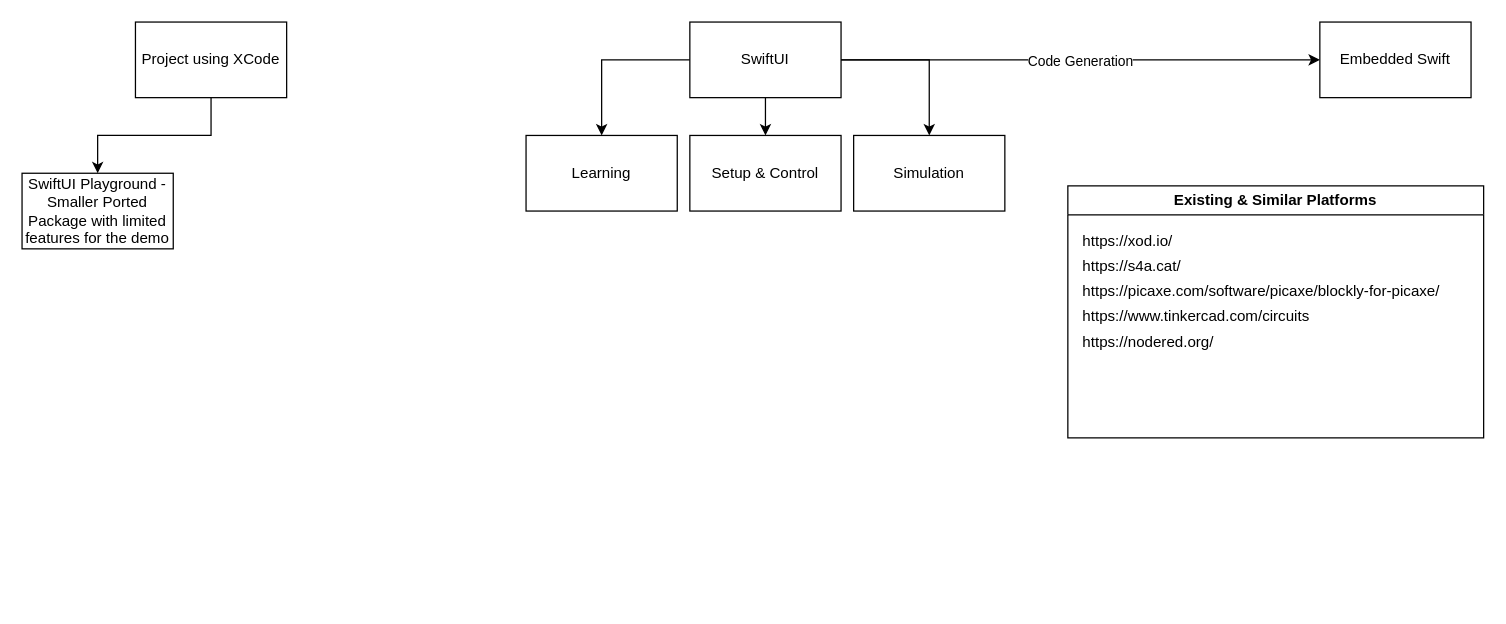
Earlier version of the draw.io diagram system-breakdown.drawio (Angus-Q/SSC25). Source tidied: cells renumbered, new cells numbered last; positions are measured from the earlier drawing's top-left corner, leaving out a move shared by most shapes. Both pictures are drawn from the tidied source at 126%, with x=0, y=0 at pixel (21, 21).
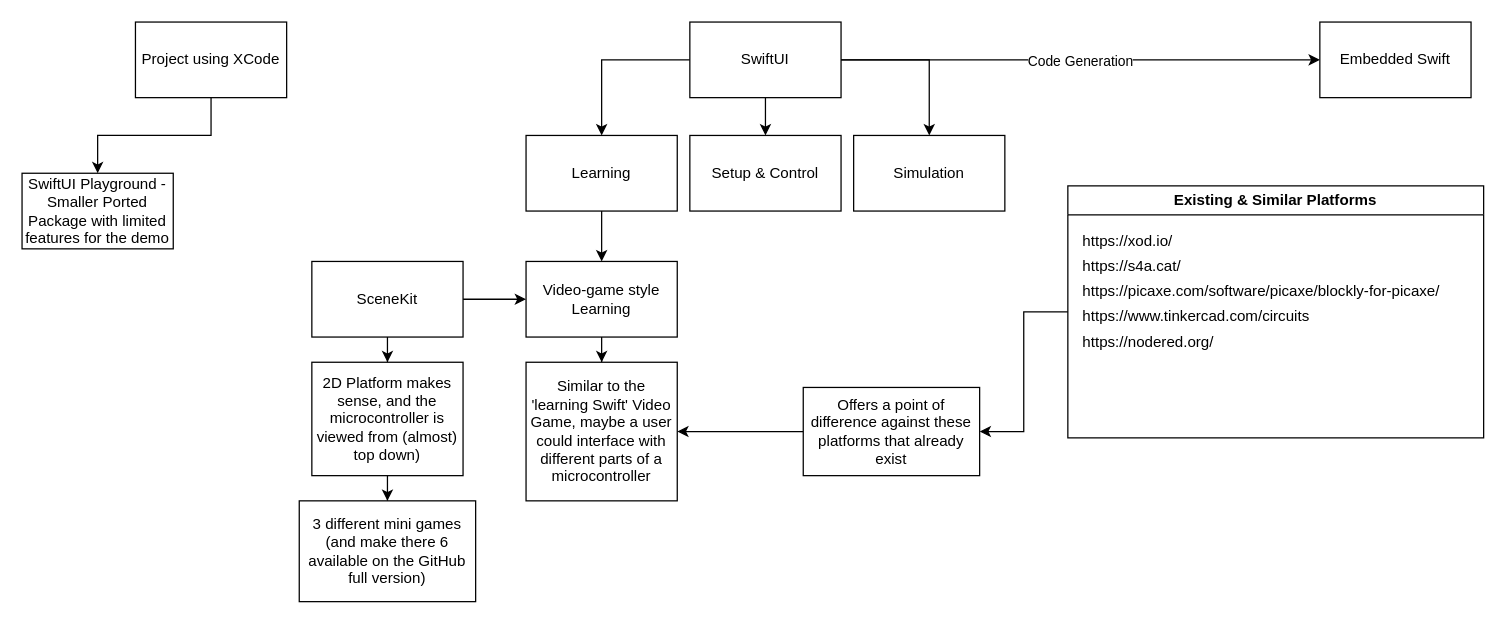
After the change.

The change refers to these unchanged cells:
```xml
<mxCell id="11" value="Learning" style="rounded=0;whiteSpace=wrap;html=1;" parent="1" vertex="1">
  <mxGeometry x="400" y="90" width="120" height="60" as="geometry" />
</mxCell>
<mxCell id="12" value="Existing &amp;amp; Similar Platforms" style="swimlane;whiteSpace=wrap;html=1;" parent="1" vertex="1">
  <mxGeometry x="830" y="130" width="330" height="200" as="geometry" />
</mxCell>
```

Change to the diagram source:
```diff
@@
+    <mxCell id="21" style="edgeStyle=orthogonalEdgeStyle;rounded=0;jettySize=auto;html=1;" parent="1" edge="1" source="11" target="24">
+      <mxGeometry relative="1" as="geometry" />
+    </mxCell>
@@
+    <mxCell id="22" style="edgeStyle=orthogonalEdgeStyle;rounded=0;jettySize=auto;html=1;entryX=1;entryY=0.5;entryDx=0;entryDy=0;" parent="1" edge="1" source="12" target="27">
+      <mxGeometry relative="1" as="geometry" />
+    </mxCell>
@@
+    <mxCell id="23" style="edgeStyle=orthogonalEdgeStyle;rounded=0;jettySize=auto;html=1;" parent="1" edge="1" source="24" target="25">
+      <mxGeometry relative="1" as="geometry" />
+    </mxCell>
+    <mxCell id="24" value="Video-game style Learning" style="rounded=0;whiteSpace=wrap;html=1;" parent="1" vertex="1">
+      <mxGeometry x="400" y="190" width="120" height="60" as="geometry" />
+    </mxCell>
+    <mxCell id="25" value="Similar to the 'learning Swift' Video Game, maybe a user could interface with different parts of a microcontroller" style="rounded=0;whiteSpace=wrap;html=1;" parent="1" vertex="1">
+      <mxGeometry x="400" y="270" width="120" height="110" as="geometry" />
+    </mxCell>
+    <mxCell id="26" style="edgeStyle=orthogonalEdgeStyle;rounded=0;jettySize=auto;html=1;" parent="1" edge="1" source="27" target="25">
+      <mxGeometry relative="1" as="geometry" />
+    </mxCell>
+    <mxCell id="27" value="Offers a point of difference against these platforms that already exist" style="rounded=0;whiteSpace=wrap;html=1;" parent="1" vertex="1">
+      <mxGeometry x="620" y="290" width="140" height="70" as="geometry" />
+    </mxCell>
+    <mxCell id="28" style="edgeStyle=orthogonalEdgeStyle;rounded=0;jettySize=auto;html=1;" parent="1" edge="1" source="30" target="24">
+      <mxGeometry relative="1" as="geometry" />
+    </mxCell>
+    <mxCell id="29" style="edgeStyle=orthogonalEdgeStyle;rounded=0;jettySize=auto;html=1;" parent="1" edge="1" source="30" target="32">
+      <mxGeometry relative="1" as="geometry" />
+    </mxCell>
+    <mxCell id="30" value="SceneKit" style="rounded=0;whiteSpace=wrap;html=1;" parent="1" vertex="1">
+      <mxGeometry x="230" y="190" width="120" height="60" as="geometry" />
+    </mxCell>
+    <mxCell id="31" style="edgeStyle=orthogonalEdgeStyle;rounded=0;jettySize=auto;html=1;" parent="1" edge="1" source="32" target="33">
+      <mxGeometry relative="1" as="geometry" />
+    </mxCell>
+    <mxCell id="32" value="2D Platform makes sense, and the microcontroller is viewed from (almost) top down)" style="rounded=0;whiteSpace=wrap;html=1;" parent="1" vertex="1">
+      <mxGeometry x="230" y="270" width="120" height="90" as="geometry" />
+    </mxCell>
+    <mxCell id="33" value="3 different mini games (and make there 6 available on the GitHub full version)" style="rounded=0;whiteSpace=wrap;html=1;" parent="1" vertex="1">
+      <mxGeometry x="220" y="380" width="140" height="80" as="geometry" />
+    </mxCell>
```
